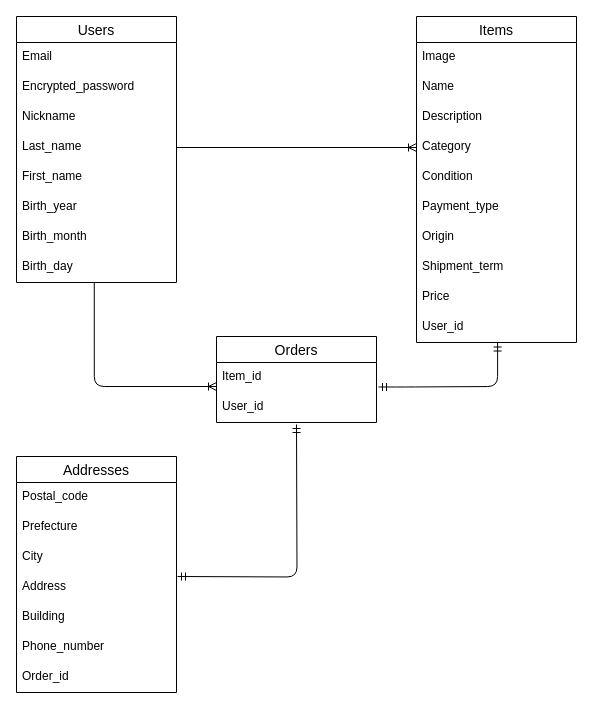
Before: ER.dio in NaseBe/furima-35785, a draw.io diagram. Source tidied: cells renumbered, new cells numbered last; positions are measured from the earlier drawing's top-left corner, leaving out a move shared by most shapes. Both pictures are drawn from the tidied source at 100%, with x=0, y=0 at pixel (16, 16).
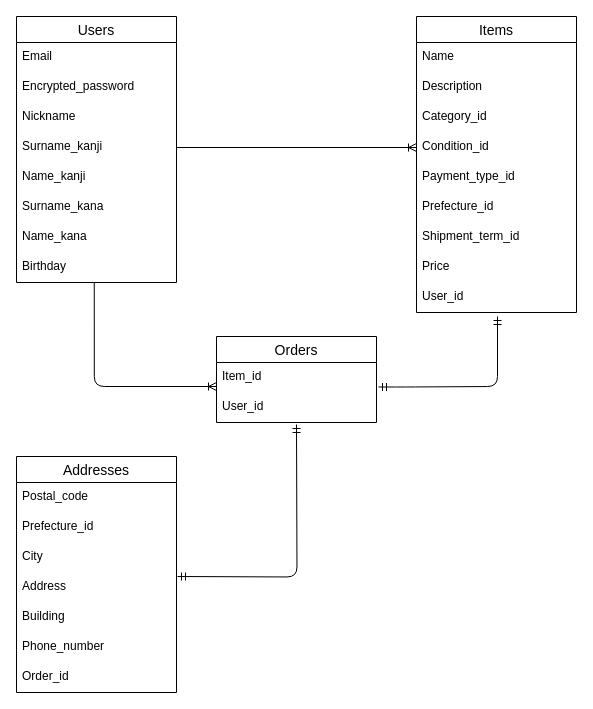
The same diagram, later.

Unchanged cells that the change refers to:
```xml
<mxCell id="2" value="Users" style="swimlane;fontStyle=0;horizontal=1;startSize=26;align=center;fontSize=14;" parent="1" vertex="1">
  <mxGeometry width="160" height="266" as="geometry" />
</mxCell>
<mxCell id="26" value="Addresses" style="swimlane;fontStyle=0;horizontal=1;startSize=26;align=center;fontSize=14;" parent="1" vertex="1">
  <mxGeometry y="440" width="160" height="236" as="geometry" />
</mxCell>
```

What changed in the source:
```diff
@@
-    <mxCell id="6" value="Last_name" style="text;strokeColor=none;fillColor=none;spacingLeft=4;spacingRight=4;overflow=hidden;points=[[0,0.5],[1,0.5]];portConstraint=eastwest;fontSize=12;" parent="2" vertex="1">
+    <mxCell id="6" value="Surname_kanji" style="text;strokeColor=none;fillColor=none;spacingLeft=4;spacingRight=4;overflow=hidden;points=[[0,0.5],[1,0.5]];portConstraint=eastwest;fontSize=12;" parent="2" vertex="1">
       <mxGeometry y="116" width="160" height="30" as="geometry" />
     </mxCell>
-    <mxCell id="7" value="First_name" style="text;strokeColor=none;fillColor=none;spacingLeft=4;spacingRight=4;overflow=hidden;fontSize=12;" parent="2" vertex="1">
+    <mxCell id="7" value="Name_kanji" style="text;strokeColor=none;fillColor=none;spacingLeft=4;spacingRight=4;overflow=hidden;fontSize=12;" parent="2" vertex="1">
       <mxGeometry y="146" width="160" height="30" as="geometry" />
     </mxCell>
-    <mxCell id="8" value="Birth_year" style="text;strokeColor=none;fillColor=none;spacingLeft=4;spacingRight=4;overflow=hidden;fontSize=12;" parent="2" vertex="1">
+    <mxCell id="8" value="Surname_kana" style="text;strokeColor=none;fillColor=none;spacingLeft=4;spacingRight=4;overflow=hidden;fontSize=12;" parent="2" vertex="1">
       <mxGeometry y="176" width="160" height="30" as="geometry" />
     </mxCell>
-    <mxCell id="9" value="Birth_month" style="text;strokeColor=none;fillColor=none;spacingLeft=4;spacingRight=4;overflow=hidden;fontSize=12;" parent="2" vertex="1">
+    <mxCell id="9" value="Name_kana" style="text;strokeColor=none;fillColor=none;spacingLeft=4;spacingRight=4;overflow=hidden;fontSize=12;" parent="2" vertex="1">
       <mxGeometry y="206" width="160" height="30" as="geometry" />
     </mxCell>
-    <mxCell id="10" value="Birth_day" style="text;strokeColor=none;fillColor=none;spacingLeft=4;spacingRight=4;overflow=hidden;points=[[0,0.5],[1,0.5]];portConstraint=eastwest;fontSize=12;" parent="2" vertex="1">
+    <mxCell id="10" value="Birthday" style="text;strokeColor=none;fillColor=none;spacingLeft=4;spacingRight=4;overflow=hidden;points=[[0,0.5],[1,0.5]];portConstraint=eastwest;fontSize=12;" parent="2" vertex="1">
       <mxGeometry y="236" width="160" height="30" as="geometry" />
     </mxCell>
@@
     <mxCell id="12" value="Items" style="swimlane;fontStyle=0;horizontal=1;startSize=26;align=center;fontSize=14;" parent="1" vertex="1">
-      <mxGeometry x="400" width="160" height="326" as="geometry" />
+      <mxGeometry x="400" width="160" height="296" as="geometry" />
     </mxCell>
-    <mxCell id="13" value="Image" style="text;strokeColor=none;fillColor=none;spacingLeft=4;spacingRight=4;overflow=hidden;fontSize=12;" parent="12" vertex="1">
+    <mxCell id="13" value="Name" style="text;strokeColor=none;fillColor=none;spacingLeft=4;spacingRight=4;overflow=hidden;fontSize=12;" parent="12" vertex="1">
       <mxGeometry y="26" width="160" height="30" as="geometry" />
     </mxCell>
-    <mxCell id="14" value="Name" style="text;strokeColor=none;fillColor=none;spacingLeft=4;spacingRight=4;overflow=hidden;fontSize=12;" parent="12" vertex="1">
+    <mxCell id="14" value="Description" style="text;strokeColor=none;fillColor=none;spacingLeft=4;spacingRight=4;overflow=hidden;fontSize=12;" parent="12" vertex="1">
       <mxGeometry y="56" width="160" height="30" as="geometry" />
     </mxCell>
-    <mxCell id="15" value="Description" style="text;strokeColor=none;fillColor=none;spacingLeft=4;spacingRight=4;overflow=hidden;fontSize=12;" parent="12" vertex="1">
+    <mxCell id="15" value="Category_id" style="text;strokeColor=none;fillColor=none;spacingLeft=4;spacingRight=4;overflow=hidden;fontSize=12;" parent="12" vertex="1">
       <mxGeometry y="86" width="160" height="30" as="geometry" />
     </mxCell>
-    <mxCell id="16" value="Category" style="text;strokeColor=none;fillColor=none;spacingLeft=4;spacingRight=4;overflow=hidden;points=[[0,0.5],[1,0.5]];portConstraint=eastwest;fontSize=12;" parent="12" vertex="1">
+    <mxCell id="16" value="Condition_id" style="text;strokeColor=none;fillColor=none;spacingLeft=4;spacingRight=4;overflow=hidden;points=[[0,0.5],[1,0.5]];portConstraint=eastwest;fontSize=12;" parent="12" vertex="1">
       <mxGeometry y="116" width="160" height="30" as="geometry" />
     </mxCell>
-    <mxCell id="17" value="Condition" style="text;strokeColor=none;fillColor=none;spacingLeft=4;spacingRight=4;overflow=hidden;fontSize=12;" parent="12" vertex="1">
+    <mxCell id="17" value="Payment_type_id" style="text;strokeColor=none;fillColor=none;spacingLeft=4;spacingRight=4;overflow=hidden;fontSize=12;" parent="12" vertex="1">
       <mxGeometry y="146" width="160" height="30" as="geometry" />
     </mxCell>
-    <mxCell id="18" value="Payment_type" style="text;strokeColor=none;fillColor=none;spacingLeft=4;spacingRight=4;overflow=hidden;fontSize=12;" parent="12" vertex="1">
+    <mxCell id="18" value="Prefecture_id" style="text;strokeColor=none;fillColor=none;spacingLeft=4;spacingRight=4;overflow=hidden;fontSize=12;" parent="12" vertex="1">
       <mxGeometry y="176" width="160" height="30" as="geometry" />
     </mxCell>
-    <mxCell id="19" value="Origin" style="text;strokeColor=none;fillColor=none;spacingLeft=4;spacingRight=4;overflow=hidden;fontSize=12;" parent="12" vertex="1">
+    <mxCell id="19" value="Shipment_term_id" style="text;strokeColor=none;fillColor=none;spacingLeft=4;spacingRight=4;overflow=hidden;fontSize=12;" parent="12" vertex="1">
       <mxGeometry y="206" width="160" height="30" as="geometry" />
     </mxCell>
-    <mxCell id="20" value="Shipment_term" style="text;strokeColor=none;fillColor=none;spacingLeft=4;spacingRight=4;overflow=hidden;fontSize=12;" parent="12" vertex="1">
+    <mxCell id="20" value="Price" style="text;strokeColor=none;fillColor=none;spacingLeft=4;spacingRight=4;overflow=hidden;fontSize=12;" parent="12" vertex="1">
       <mxGeometry y="236" width="160" height="30" as="geometry" />
     </mxCell>
-    <mxCell id="21" value="Price" style="text;strokeColor=none;fillColor=none;spacingLeft=4;spacingRight=4;overflow=hidden;fontSize=12;" parent="12" vertex="1">
+    <mxCell id="21" value="User_id" style="text;strokeColor=none;fillColor=none;spacingLeft=4;spacingRight=4;overflow=hidden;fontSize=12;" parent="12" vertex="1">
       <mxGeometry y="266" width="160" height="30" as="geometry" />
     </mxCell>
-    <mxCell id="22" value="User_id" style="text;strokeColor=none;fillColor=none;spacingLeft=4;spacingRight=4;overflow=hidden;fontSize=12;" parent="12" vertex="1">
-      <mxGeometry y="296" width="160" height="30" as="geometry" />
-    </mxCell>
@@
-    <mxCell id="28" value="Prefecture" style="text;strokeColor=none;fillColor=none;spacingLeft=4;spacingRight=4;overflow=hidden;fontSize=12;" parent="26" vertex="1">
+    <mxCell id="28" value="Prefecture_id" style="text;strokeColor=none;fillColor=none;spacingLeft=4;spacingRight=4;overflow=hidden;fontSize=12;" parent="26" vertex="1">
       <mxGeometry y="56" width="160" height="30" as="geometry" />
     </mxCell>
@@
-    <mxCell id="36" style="edgeStyle=orthogonalEdgeStyle;fontSize=12;html=1;endArrow=ERmandOne;startArrow=ERmandOne;entryX=0.513;entryY=1.017;entryDx=0;entryDy=0;entryPerimeter=0;exitX=1.019;exitY=0.817;exitDx=0;exitDy=0;exitPerimeter=0;" parent="1" edge="1">
+    <mxCell id="36" style="edgeStyle=orthogonalEdgeStyle;fontSize=12;html=1;endArrow=ERmandOne;startArrow=ERmandOne;exitX=1.019;exitY=0.817;exitDx=0;exitDy=0;exitPerimeter=0;" parent="1" edge="1">
       <mxGeometry relative="1" as="geometry">
         <mxPoint x="362" y="370.5" as="sourcePoint" />
-        <mxPoint x="481.1" y="326.5" as="targetPoint" />
+        <mxPoint x="481" y="300" as="targetPoint" />
         <Array as="points">
           <mxPoint x="389" y="371" />
           <mxPoint x="481" y="370" />
         </Array>
       </mxGeometry>
     </mxCell>
```
